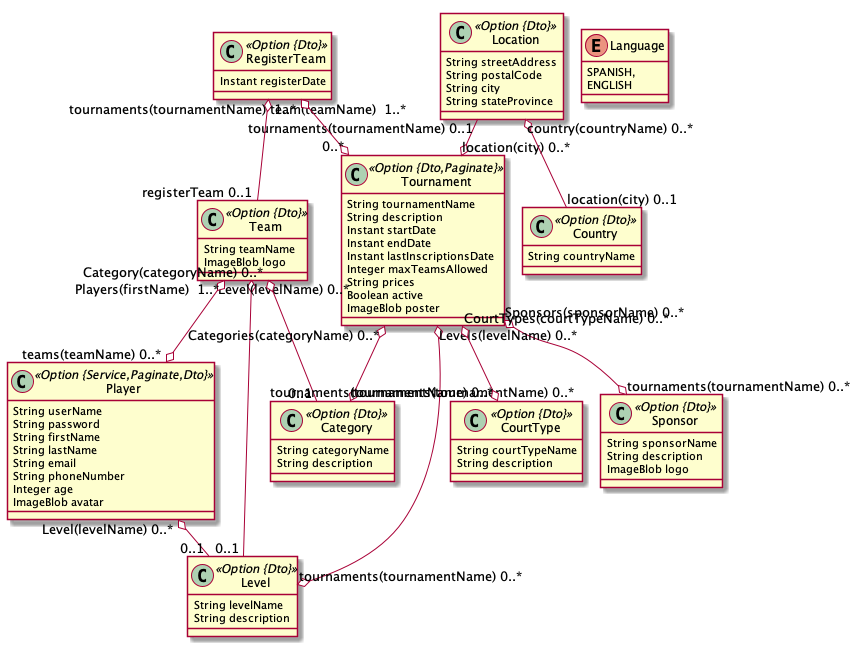
Above: padel-tm-app-gpt.png in jjsanbra/padelTMApp (PlantUML), before the change.
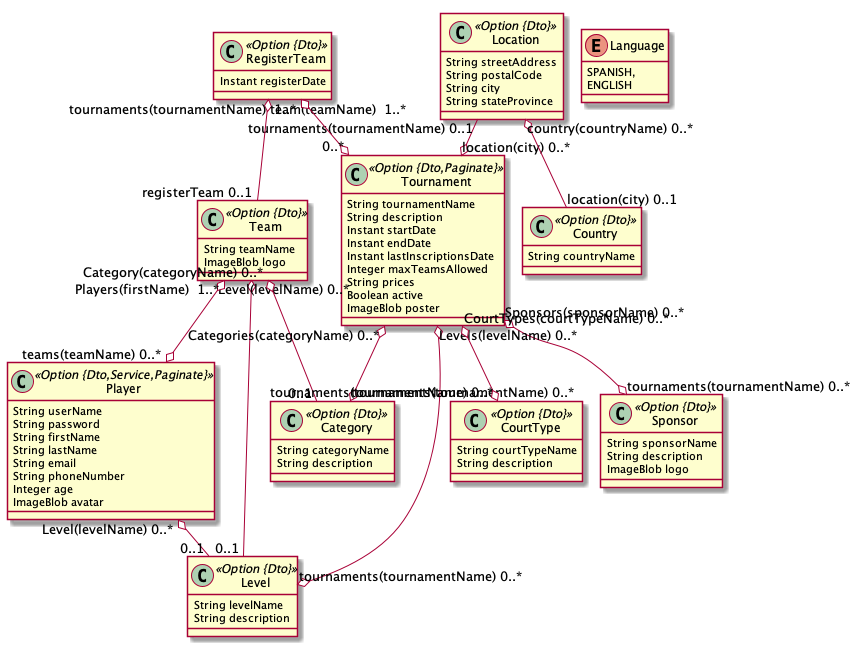
The same file after the commit.

Diff of the diagram source:
```diff
@@ -12,7 +12,7 @@
 		Boolean active
 		ImageBlob poster
 	}
-	class Player <<Option {Service,Paginate,Dto}>> {
+	class Player <<Option {Dto,Service,Paginate}>> {
 		String userName
 		String password
 		String firstName
```
